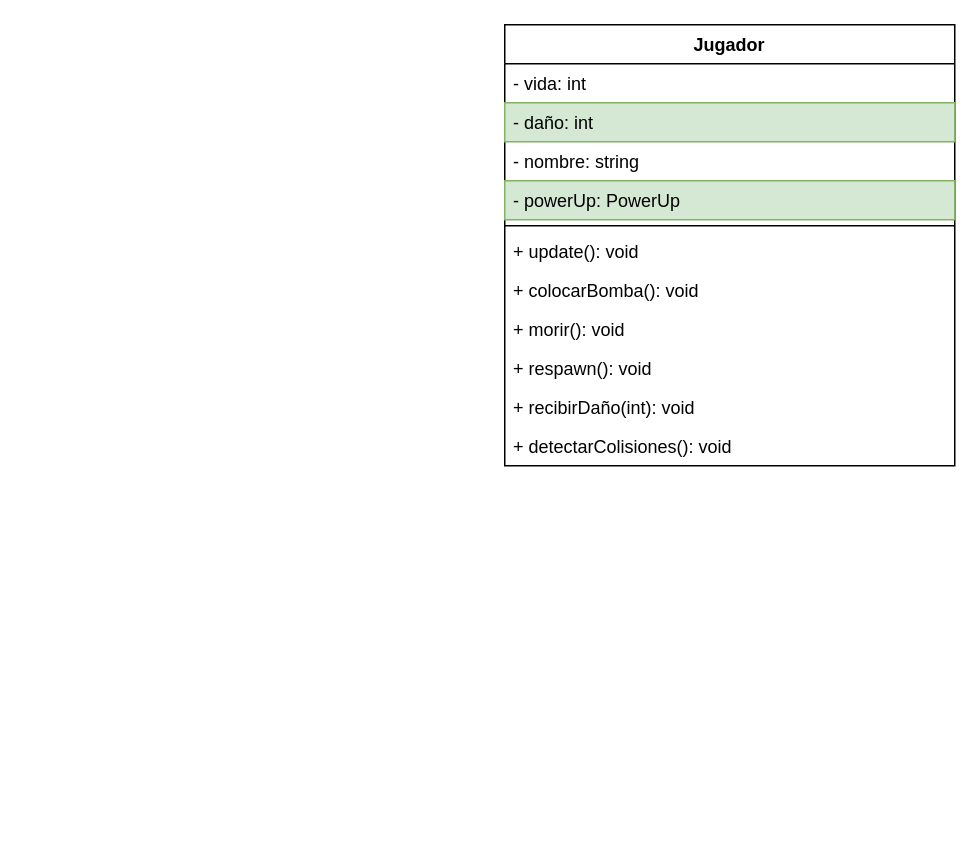
This is Taller/Bomberman/DiagramaDeClases.drawio from Squiro/progra-avanzada-unlam, a draw.io file, before an edit. Source tidied: cells renumbered, new cells numbered last; positions are measured from the earlier drawing's top-left corner, leaving out a move shared by most shapes. Both pictures are drawn from the tidied source at 150%, with x=0, y=0 at pixel (504, 24).
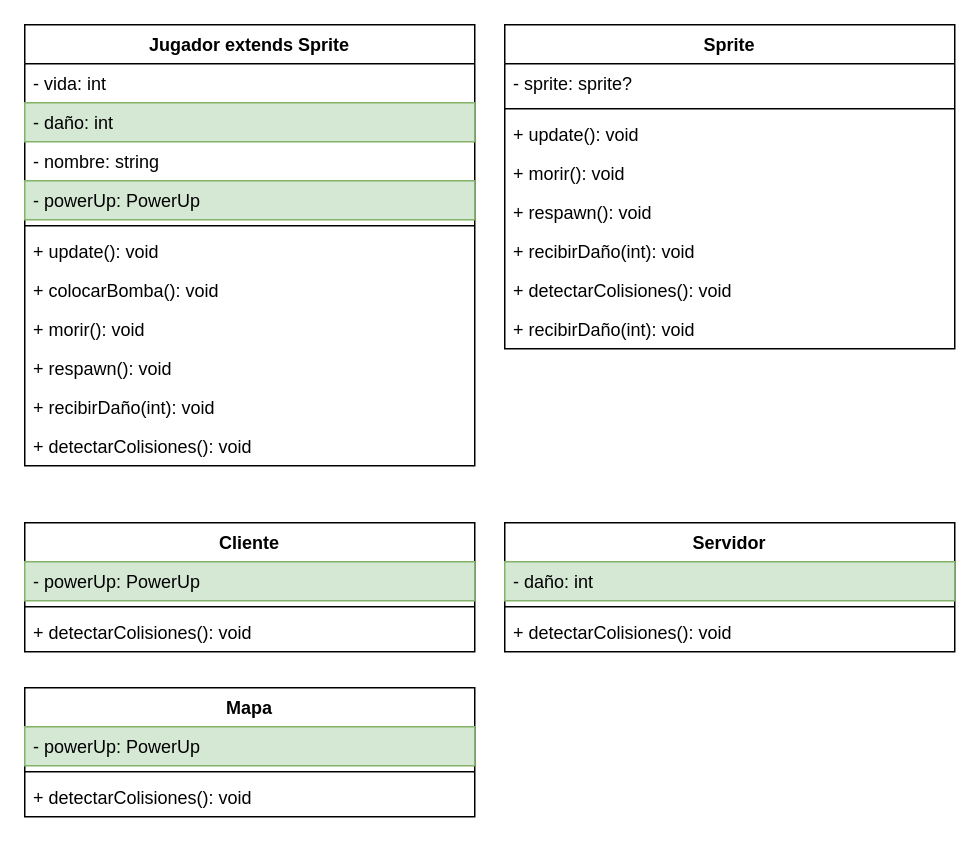
The same diagram, later.

The edit, as a diff of the source:
```diff
@@
-    <mxCell id="2" value="Jugador" style="swimlane;fontStyle=1;align=center;verticalAlign=top;horizontal=1;startSize=26;" parent="1" vertex="1">
-      <mxGeometry width="300" height="294" as="geometry" />
+    <mxCell id="2" value="Sprite" style="swimlane;fontStyle=1;align=center;verticalAlign=top;horizontal=1;startSize=26;" parent="1" vertex="1">
+      <mxGeometry width="300" height="216" as="geometry" />
     </mxCell>
-    <mxCell id="3" value="- vida: int" style="text;strokeColor=none;fillColor=none;align=left;verticalAlign=top;spacingLeft=4;spacingRight=4;overflow=hidden;" parent="2" vertex="1">
+    <mxCell id="3" value="- sprite: sprite?" style="text;strokeColor=none;fillColor=none;align=left;verticalAlign=top;spacingLeft=4;spacingRight=4;overflow=hidden;" parent="2" vertex="1">
       <mxGeometry y="26" width="300" height="26" as="geometry" />
     </mxCell>
-    <mxCell id="4" value="- daño: int" style="text;strokeColor=#82b366;fillColor=#d5e8d4;align=left;verticalAlign=top;spacingLeft=4;spacingRight=4;overflow=hidden;" parent="2" vertex="1">
-      <mxGeometry y="52" width="300" height="26" as="geometry" />
-    </mxCell>
-    <mxCell id="5" value="- nombre: string" style="text;strokeColor=none;fillColor=none;align=left;verticalAlign=top;spacingLeft=4;spacingRight=4;overflow=hidden;" parent="2" vertex="1">
-      <mxGeometry y="78" width="300" height="26" as="geometry" />
-    </mxCell>
-    <mxCell id="6" value="- powerUp: PowerUp" style="text;strokeColor=#82b366;fillColor=#d5e8d4;align=left;verticalAlign=top;spacingLeft=4;spacingRight=4;overflow=hidden;" parent="2" vertex="1">
-      <mxGeometry y="104" width="300" height="26" as="geometry" />
-    </mxCell>
     <mxCell id="7" style="line;strokeWidth=1;fillColor=none;align=left;verticalAlign=middle;spacingTop=-1;spacingLeft=3;spacingRight=3;labelPosition=right;" parent="2" vertex="1">
-      <mxGeometry y="130" width="300" height="8" as="geometry" />
+      <mxGeometry y="52" width="300" height="8" as="geometry" />
     </mxCell>
     <mxCell id="8" value="+ update(): void" style="text;strokeColor=none;fillColor=none;align=left;verticalAlign=top;spacingLeft=4;spacingRight=4;overflow=hidden;" parent="2" vertex="1">
-      <mxGeometry y="138" width="300" height="26" as="geometry" />
+      <mxGeometry y="60" width="300" height="26" as="geometry" />
     </mxCell>
-    <mxCell id="9" value="+ colocarBomba(): void" style="text;strokeColor=none;fillColor=none;align=left;verticalAlign=top;spacingLeft=4;spacingRight=4;overflow=hidden;" parent="2" vertex="1">
-      <mxGeometry y="164" width="300" height="26" as="geometry" />
-    </mxCell>
     <mxCell id="10" value="+ morir(): void" style="text;strokeColor=none;fillColor=none;align=left;verticalAlign=top;spacingLeft=4;spacingRight=4;overflow=hidden;" parent="2" vertex="1">
-      <mxGeometry y="190" width="300" height="26" as="geometry" />
+      <mxGeometry y="86" width="300" height="26" as="geometry" />
     </mxCell>
     <mxCell id="11" value="+ respawn(): void" style="text;strokeColor=none;fillColor=none;align=left;verticalAlign=top;spacingLeft=4;spacingRight=4;overflow=hidden;" parent="2" vertex="1">
-      <mxGeometry y="216" width="300" height="26" as="geometry" />
+      <mxGeometry y="112" width="300" height="26" as="geometry" />
     </mxCell>
     <mxCell id="12" value="+ recibirDaño(int): void" style="text;strokeColor=none;fillColor=none;align=left;verticalAlign=top;spacingLeft=4;spacingRight=4;overflow=hidden;" parent="2" vertex="1">
-      <mxGeometry y="242" width="300" height="26" as="geometry" />
+      <mxGeometry y="138" width="300" height="26" as="geometry" />
     </mxCell>
     <mxCell id="13" value="+ detectarColisiones(): void" style="text;strokeColor=none;fillColor=none;align=left;verticalAlign=top;spacingLeft=4;spacingRight=4;overflow=hidden;" parent="2" vertex="1">
-      <mxGeometry y="268" width="300" height="26" as="geometry" />
+      <mxGeometry y="164" width="300" height="26" as="geometry" />
     </mxCell>
+    <mxCell id="14" value="+ recibirDaño(int): void" style="text;strokeColor=none;fillColor=none;align=left;verticalAlign=top;spacingLeft=4;spacingRight=4;overflow=hidden;" parent="2" vertex="1">
+      <mxGeometry y="190" width="300" height="26" as="geometry" />
+    </mxCell>
+    <mxCell id="15" value="Jugador extends Sprite" style="swimlane;fontStyle=1;align=center;verticalAlign=top;horizontal=1;startSize=26;" parent="1" vertex="1">
+      <mxGeometry x="-320" width="300" height="294" as="geometry" />
+    </mxCell>
+    <mxCell id="16" value="- vida: int" style="text;strokeColor=none;fillColor=none;align=left;verticalAlign=top;spacingLeft=4;spacingRight=4;overflow=hidden;" parent="15" vertex="1">
+      <mxGeometry y="26" width="300" height="26" as="geometry" />
+    </mxCell>
+    <mxCell id="4" value="- daño: int" style="text;strokeColor=#82b366;fillColor=#d5e8d4;align=left;verticalAlign=top;spacingLeft=4;spacingRight=4;overflow=hidden;" parent="15" vertex="1">
+      <mxGeometry y="52" width="300" height="26" as="geometry" />
+    </mxCell>
+    <mxCell id="5" value="- nombre: string" style="text;strokeColor=none;fillColor=none;align=left;verticalAlign=top;spacingLeft=4;spacingRight=4;overflow=hidden;" parent="15" vertex="1">
+      <mxGeometry y="78" width="300" height="26" as="geometry" />
+    </mxCell>
+    <mxCell id="6" value="- powerUp: PowerUp" style="text;strokeColor=#82b366;fillColor=#d5e8d4;align=left;verticalAlign=top;spacingLeft=4;spacingRight=4;overflow=hidden;" parent="15" vertex="1">
+      <mxGeometry y="104" width="300" height="26" as="geometry" />
+    </mxCell>
+    <mxCell id="17" style="line;strokeWidth=1;fillColor=none;align=left;verticalAlign=middle;spacingTop=-1;spacingLeft=3;spacingRight=3;labelPosition=right;" parent="15" vertex="1">
+      <mxGeometry y="130" width="300" height="8" as="geometry" />
+    </mxCell>
+    <mxCell id="18" value="+ update(): void" style="text;strokeColor=none;fillColor=none;align=left;verticalAlign=top;spacingLeft=4;spacingRight=4;overflow=hidden;" parent="15" vertex="1">
+      <mxGeometry y="138" width="300" height="26" as="geometry" />
+    </mxCell>
+    <mxCell id="9" value="+ colocarBomba(): void" style="text;strokeColor=none;fillColor=none;align=left;verticalAlign=top;spacingLeft=4;spacingRight=4;overflow=hidden;" parent="15" vertex="1">
+      <mxGeometry y="164" width="300" height="26" as="geometry" />
+    </mxCell>
+    <mxCell id="19" value="+ morir(): void" style="text;strokeColor=none;fillColor=none;align=left;verticalAlign=top;spacingLeft=4;spacingRight=4;overflow=hidden;" parent="15" vertex="1">
+      <mxGeometry y="190" width="300" height="26" as="geometry" />
+    </mxCell>
+    <mxCell id="20" value="+ respawn(): void" style="text;strokeColor=none;fillColor=none;align=left;verticalAlign=top;spacingLeft=4;spacingRight=4;overflow=hidden;" parent="15" vertex="1">
+      <mxGeometry y="216" width="300" height="26" as="geometry" />
+    </mxCell>
+    <mxCell id="21" value="+ recibirDaño(int): void" style="text;strokeColor=none;fillColor=none;align=left;verticalAlign=top;spacingLeft=4;spacingRight=4;overflow=hidden;" parent="15" vertex="1">
+      <mxGeometry y="242" width="300" height="26" as="geometry" />
+    </mxCell>
+    <mxCell id="22" value="+ detectarColisiones(): void" style="text;strokeColor=none;fillColor=none;align=left;verticalAlign=top;spacingLeft=4;spacingRight=4;overflow=hidden;" parent="15" vertex="1">
+      <mxGeometry y="268" width="300" height="26" as="geometry" />
+    </mxCell>
+    <mxCell id="23" value="Cliente" style="swimlane;fontStyle=1;align=center;verticalAlign=top;horizontal=1;startSize=26;" parent="1" vertex="1">
+      <mxGeometry x="-320" y="332" width="300" height="86" as="geometry" />
+    </mxCell>
+    <mxCell id="24" value="- powerUp: PowerUp" style="text;strokeColor=#82b366;fillColor=#d5e8d4;align=left;verticalAlign=top;spacingLeft=4;spacingRight=4;overflow=hidden;" parent="23" vertex="1">
+      <mxGeometry y="26" width="300" height="26" as="geometry" />
+    </mxCell>
+    <mxCell id="25" style="line;strokeWidth=1;fillColor=none;align=left;verticalAlign=middle;spacingTop=-1;spacingLeft=3;spacingRight=3;labelPosition=right;" parent="23" vertex="1">
+      <mxGeometry y="52" width="300" height="8" as="geometry" />
+    </mxCell>
+    <mxCell id="26" value="+ detectarColisiones(): void" style="text;strokeColor=none;fillColor=none;align=left;verticalAlign=top;spacingLeft=4;spacingRight=4;overflow=hidden;" parent="23" vertex="1">
+      <mxGeometry y="60" width="300" height="26" as="geometry" />
+    </mxCell>
+    <mxCell id="27" value="Servidor" style="swimlane;fontStyle=1;align=center;verticalAlign=top;horizontal=1;startSize=26;" parent="1" vertex="1">
+      <mxGeometry y="332" width="300" height="86" as="geometry" />
+    </mxCell>
+    <mxCell id="28" value="- daño: int" style="text;strokeColor=#82b366;fillColor=#d5e8d4;align=left;verticalAlign=top;spacingLeft=4;spacingRight=4;overflow=hidden;" parent="27" vertex="1">
+      <mxGeometry y="26" width="300" height="26" as="geometry" />
+    </mxCell>
+    <mxCell id="29" style="line;strokeWidth=1;fillColor=none;align=left;verticalAlign=middle;spacingTop=-1;spacingLeft=3;spacingRight=3;labelPosition=right;" parent="27" vertex="1">
+      <mxGeometry y="52" width="300" height="8" as="geometry" />
+    </mxCell>
+    <mxCell id="30" value="+ detectarColisiones(): void" style="text;strokeColor=none;fillColor=none;align=left;verticalAlign=top;spacingLeft=4;spacingRight=4;overflow=hidden;" parent="27" vertex="1">
+      <mxGeometry y="60" width="300" height="26" as="geometry" />
+    </mxCell>
+    <mxCell id="31" value="Mapa" style="swimlane;fontStyle=1;align=center;verticalAlign=top;horizontal=1;startSize=26;" parent="1" vertex="1">
+      <mxGeometry x="-320" y="442" width="300" height="86" as="geometry" />
+    </mxCell>
+    <mxCell id="32" value="- powerUp: PowerUp" style="text;strokeColor=#82b366;fillColor=#d5e8d4;align=left;verticalAlign=top;spacingLeft=4;spacingRight=4;overflow=hidden;" parent="31" vertex="1">
+      <mxGeometry y="26" width="300" height="26" as="geometry" />
+    </mxCell>
+    <mxCell id="33" style="line;strokeWidth=1;fillColor=none;align=left;verticalAlign=middle;spacingTop=-1;spacingLeft=3;spacingRight=3;labelPosition=right;" parent="31" vertex="1">
+      <mxGeometry y="52" width="300" height="8" as="geometry" />
+    </mxCell>
+    <mxCell id="34" value="+ detectarColisiones(): void" style="text;strokeColor=none;fillColor=none;align=left;verticalAlign=top;spacingLeft=4;spacingRight=4;overflow=hidden;" parent="31" vertex="1">
+      <mxGeometry y="60" width="300" height="26" as="geometry" />
+    </mxCell>
```
